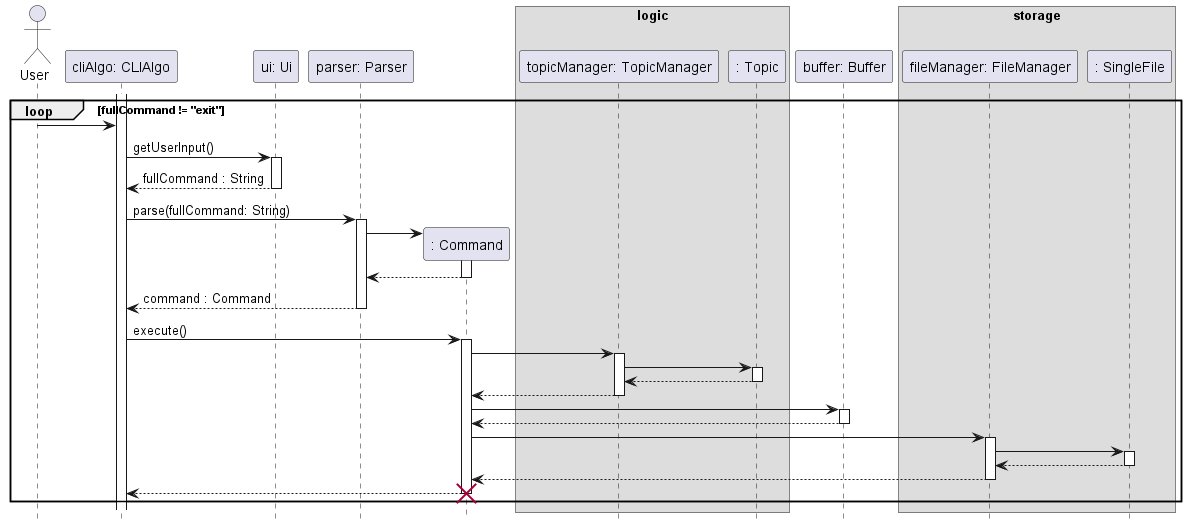
Before: docs/sequence-diagrams/diagrams/Architecture.png, a diagram exported from PlantUML (ong-ck/tp). Its source is kept beside it as docs/sequence-diagrams/source-files/Architecture.puml.
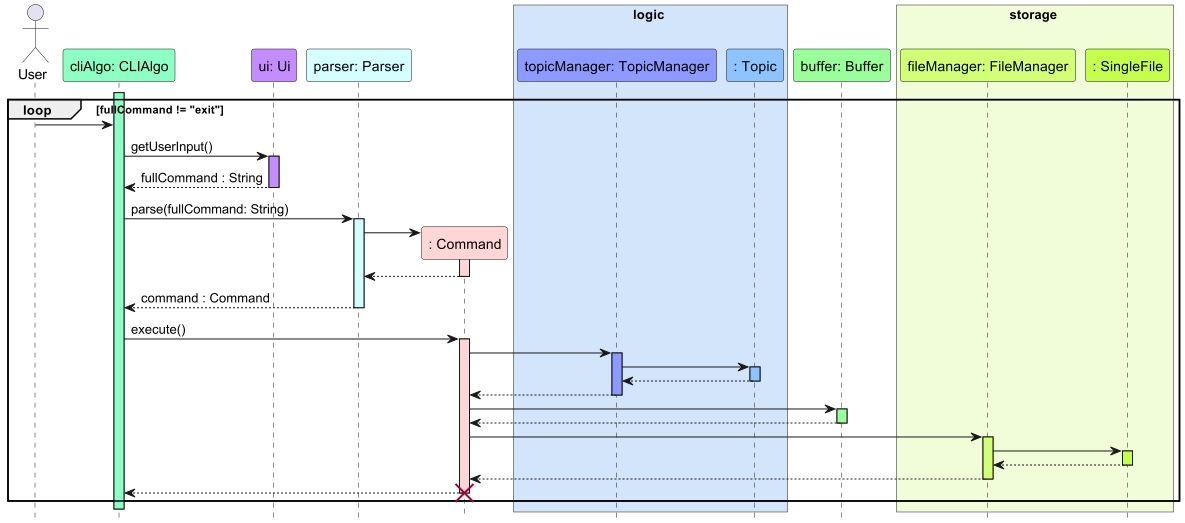
Later version of the same file.

Change to the diagram source:
```diff
@@ -1,52 +1,53 @@
 @startuml
+!include ../../style.iuml
 hide footbox
 
 actor User
-participant "cliAlgo: CLIAlgo" as CLIAlgo
-participant "ui: Ui" as Ui
-participant "parser: Parser" as Parser
-participant ": Command" as Command
-box logic
-participant "topicManager: TopicManager" as TopicManager
-participant ": Topic" as Topic
+participant "cliAlgo: CLIAlgo" as CLIAlgo CLIAlgo_STYLE
+participant "ui: Ui" as Ui Ui_STYLE
+participant "parser: Parser" as Parser Parser_STYLE
+participant ": Command" as Command Command_STYLE
+box logic logic_STYLE
+participant "topicManager: TopicManager" as TopicManager TopicManager_STYLE
+participant ": Topic" as Topic Topic_STYLE
 end box
-participant "buffer: Buffer" as Buffer
-box storage
-participant "fileManager: FileManager" as FileManager
-participant ": SingleFile" as SingleFile
+participant "buffer: Buffer" as Buffer Buffer_STYLE
+box storage storage_STYLE
+participant "fileManager: FileManager" as FileManager FileManager_STYLE
+participant ": SingleFile" as SingleFile SingleFile_STYLE
 end box
 
-activate CLIAlgo
+activate CLIAlgo CLIAlgo_STYLE
     loop fullCommand != "exit"
     User -> CLIAlgo
     CLIAlgo -> Ui : getUserInput()
-    activate Ui
+    activate Ui Ui_STYLE
     return fullCommand : String
 
     CLIAlgo -> Parser : parse(fullCommand: String)
-    activate Parser
+    activate Parser Parser_STYLE
         Parser -> Command **
-        activate Command
+        activate Command Command_STYLE
         return
     return command : Command
 
     CLIAlgo -> Command : execute()
-    activate Command
+    activate Command Command_STYLE
         Command -> TopicManager
-        activate TopicManager
+        activate TopicManager TopicManager_STYLE
             TopicManager -> Topic
-            activate Topic
+            activate Topic Topic_STYLE
             return
         return
 
         Command -> Buffer
-        activate Buffer
+        activate Buffer Buffer_STYLE
         return
 
         Command -> FileManager
-        activate FileManager
+        activate FileManager FileManager_STYLE
             FileManager -> SingleFile
-            activate SingleFile
+            activate SingleFile SingleFile_STYLE
             return
         return
     return
```
